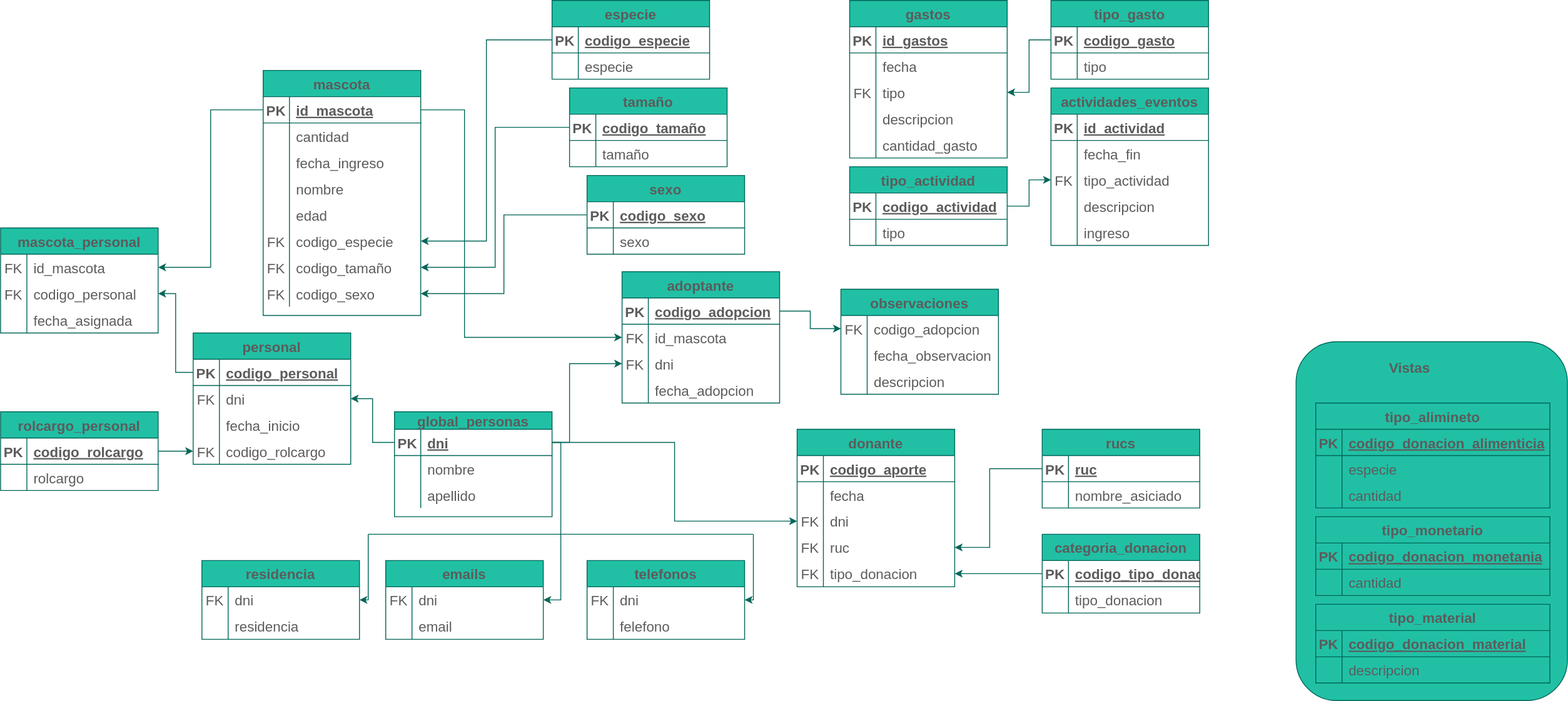
Earlier version of the draw.io export diagramas/tablas/Untitled Diagram.drawio.svg (Leo-Spj/SQL-CoderHouse). Source tidied: cells renumbered, new cells last; positions are measured from the earlier drawing's top-left corner, leaving out a move shared by most shapes.
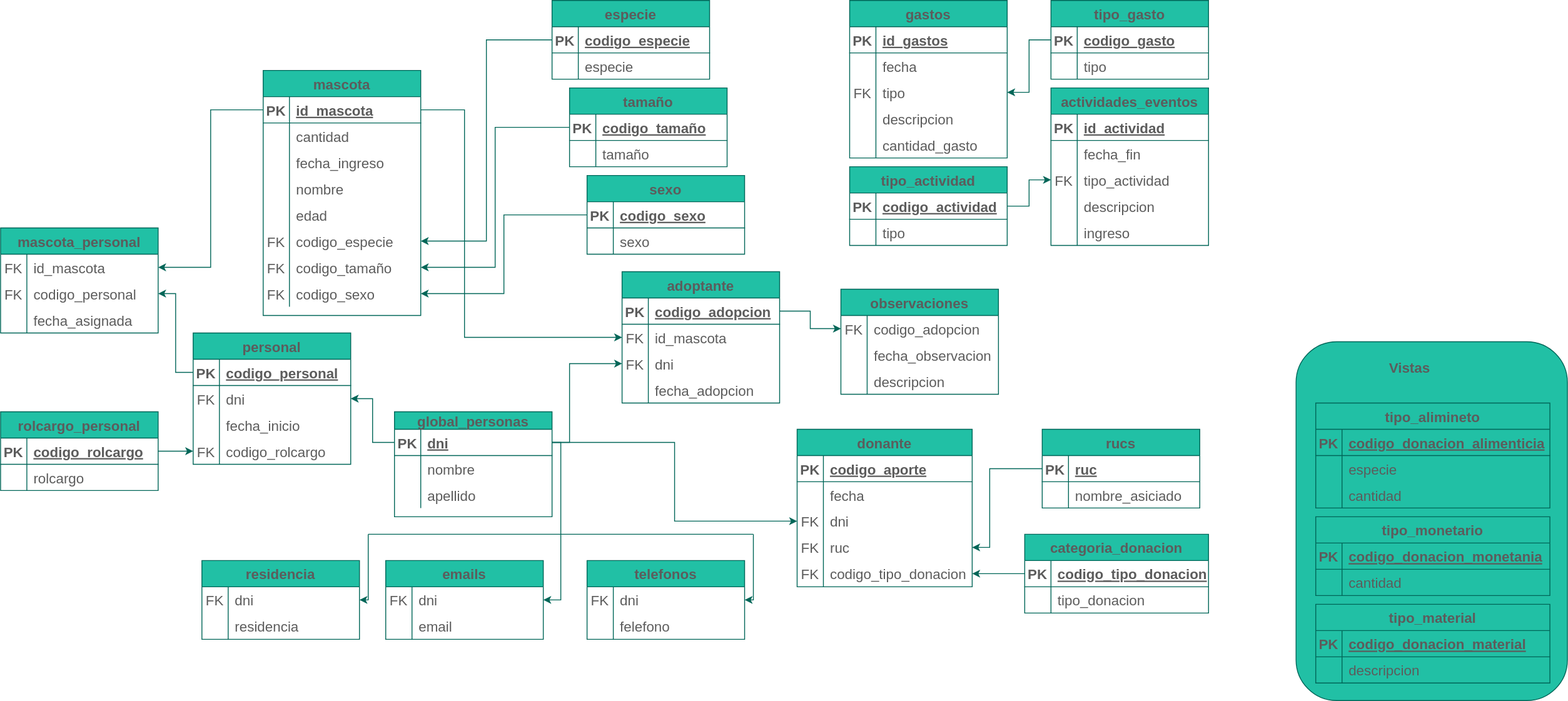
Above is the later version.

What changed in the source:
```diff
@@ -336,52 +336,52 @@
       <mxGeometry relative="1" as="geometry" />
     </mxCell>
     <mxCell id="113" value="donante" style="shape=table;startSize=30;rowLines=0;fontStyle=1;align=center;fontSize=16;fillColor=#21C0A5;strokeColor=#006658;fontColor=#5C5C5C;" parent="1" vertex="1">
-      <mxGeometry x="910" y="490" width="180" height="180" as="geometry" />
+      <mxGeometry x="910" y="490" width="200" height="180" as="geometry" />
     </mxCell>
     <mxCell id="114" style="shape=tableRow;horizontal=0;startSize=0;swimlaneHead=0;swimlaneBody=0;fillColor=none;top=0;left=0;right=0;bottom=1;fontSize=16;strokeColor=#006658;fontColor=#5C5C5C;" parent="113" vertex="1">
-      <mxGeometry y="30" width="180" height="30" as="geometry" />
+      <mxGeometry y="30" width="200" height="30" as="geometry" />
     </mxCell>
     <mxCell id="115" value="PK" style="shape=partialRectangle;fillColor=none;top=0;left=0;bottom=0;right=0;fontStyle=1;overflow=hidden;fontSize=16;strokeColor=#006658;fontColor=#5C5C5C;" parent="114" vertex="1">
       <mxGeometry width="30" height="30" as="geometry" />
     </mxCell>
     <mxCell id="116" value="codigo_aporte" style="shape=partialRectangle;fillColor=none;top=0;left=0;bottom=0;right=0;align=left;spacingLeft=6;fontStyle=5;overflow=hidden;fontSize=16;strokeColor=#006658;fontColor=#5C5C5C;" parent="114" vertex="1">
-      <mxGeometry x="30" width="150" height="30" as="geometry" />
+      <mxGeometry x="30" width="170" height="30" as="geometry" />
     </mxCell>
     <mxCell id="117" style="shape=tableRow;horizontal=0;startSize=0;swimlaneHead=0;swimlaneBody=0;fillColor=none;top=0;left=0;right=0;bottom=0;fontSize=16;strokeColor=#006658;fontColor=#5C5C5C;" parent="113" vertex="1">
-      <mxGeometry y="60" width="180" height="30" as="geometry" />
+      <mxGeometry y="60" width="200" height="30" as="geometry" />
     </mxCell>
     <mxCell id="118" style="shape=partialRectangle;fillColor=none;top=0;left=0;bottom=0;right=0;overflow=hidden;fontSize=16;strokeColor=#006658;fontColor=#5C5C5C;" parent="117" vertex="1">
       <mxGeometry width="30" height="30" as="geometry" />
     </mxCell>
     <mxCell id="119" value="fecha" style="shape=partialRectangle;fillColor=none;top=0;left=0;bottom=0;right=0;align=left;spacingLeft=6;overflow=hidden;fontSize=16;strokeColor=#006658;fontColor=#5C5C5C;" parent="117" vertex="1">
-      <mxGeometry x="30" width="150" height="30" as="geometry" />
+      <mxGeometry x="30" width="170" height="30" as="geometry" />
     </mxCell>
     <mxCell id="120" style="shape=tableRow;horizontal=0;startSize=0;swimlaneHead=0;swimlaneBody=0;fillColor=none;points=[[0,0.5],[1,0.5]];portConstraint=eastwest;top=0;left=0;right=0;bottom=0;fontSize=16;strokeColor=#006658;fontColor=#5C5C5C;" parent="113" vertex="1">
-      <mxGeometry y="90" width="180" height="30" as="geometry" />
+      <mxGeometry y="90" width="200" height="30" as="geometry" />
     </mxCell>
     <mxCell id="121" value="FK" style="shape=partialRectangle;fillColor=none;top=0;left=0;bottom=0;right=0;overflow=hidden;fontSize=16;strokeColor=#006658;fontColor=#5C5C5C;" parent="120" vertex="1">
       <mxGeometry width="30" height="30" as="geometry" />
     </mxCell>
     <mxCell id="122" value="dni" style="shape=partialRectangle;fillColor=none;top=0;left=0;bottom=0;right=0;align=left;spacingLeft=6;overflow=hidden;fontSize=16;strokeColor=#006658;fontColor=#5C5C5C;" parent="120" vertex="1">
-      <mxGeometry x="30" width="150" height="30" as="geometry" />
+      <mxGeometry x="30" width="170" height="30" as="geometry" />
     </mxCell>
     <mxCell id="123" style="shape=tableRow;horizontal=0;startSize=0;swimlaneHead=0;swimlaneBody=0;fillColor=none;points=[[0,0.5],[1,0.5]];portConstraint=eastwest;top=0;left=0;right=0;bottom=0;fontSize=16;strokeColor=#006658;fontColor=#5C5C5C;" parent="113" vertex="1">
-      <mxGeometry y="120" width="180" height="30" as="geometry" />
+      <mxGeometry y="120" width="200" height="30" as="geometry" />
     </mxCell>
     <mxCell id="124" value="FK" style="shape=partialRectangle;fillColor=none;top=0;left=0;bottom=0;right=0;overflow=hidden;fontSize=16;strokeColor=#006658;fontColor=#5C5C5C;" parent="123" vertex="1">
       <mxGeometry width="30" height="30" as="geometry" />
     </mxCell>
     <mxCell id="125" value="ruc" style="shape=partialRectangle;fillColor=none;top=0;left=0;bottom=0;right=0;align=left;spacingLeft=6;overflow=hidden;fontSize=16;strokeColor=#006658;fontColor=#5C5C5C;" parent="123" vertex="1">
-      <mxGeometry x="30" width="150" height="30" as="geometry" />
+      <mxGeometry x="30" width="170" height="30" as="geometry" />
     </mxCell>
     <mxCell id="126" style="shape=tableRow;horizontal=0;startSize=0;swimlaneHead=0;swimlaneBody=0;fillColor=none;points=[[0,0.5],[1,0.5]];portConstraint=eastwest;top=0;left=0;right=0;bottom=0;fontSize=16;strokeColor=#006658;fontColor=#5C5C5C;" parent="113" vertex="1">
-      <mxGeometry y="150" width="180" height="30" as="geometry" />
+      <mxGeometry y="150" width="200" height="30" as="geometry" />
     </mxCell>
     <mxCell id="127" value="FK" style="shape=partialRectangle;fillColor=none;top=0;left=0;bottom=0;right=0;overflow=hidden;fontSize=16;strokeColor=#006658;fontColor=#5C5C5C;" parent="126" vertex="1">
       <mxGeometry width="30" height="30" as="geometry" />
     </mxCell>
-    <mxCell id="128" value="tipo_donacion" style="shape=partialRectangle;fillColor=none;top=0;left=0;bottom=0;right=0;align=left;spacingLeft=6;overflow=hidden;fontSize=16;strokeColor=#006658;fontColor=#5C5C5C;" parent="126" vertex="1">
-      <mxGeometry x="30" width="150" height="30" as="geometry" />
+    <mxCell id="128" value="codigo_tipo_donacion" style="shape=partialRectangle;fillColor=none;top=0;left=0;bottom=0;right=0;align=left;spacingLeft=6;overflow=hidden;fontSize=16;strokeColor=#006658;fontColor=#5C5C5C;" parent="126" vertex="1">
+      <mxGeometry x="30" width="170" height="30" as="geometry" />
     </mxCell>
     <mxCell id="129" value="rucs" style="shape=table;startSize=30;rowLines=0;fontStyle=1;align=center;fontSize=16;fillColor=#21C0A5;strokeColor=#006658;fontColor=#5C5C5C;" parent="1" vertex="1">
       <mxGeometry x="1190" y="490" width="180" height="90" as="geometry" />
@@ -413,25 +413,25 @@
       </mxGeometry>
     </mxCell>
     <mxCell id="137" value="categoria_donacion" style="shape=table;startSize=30;rowLines=0;fontStyle=1;align=center;fontSize=16;fillColor=#21C0A5;strokeColor=#006658;fontColor=#5C5C5C;" parent="1" vertex="1">
-      <mxGeometry x="1190" y="610" width="180" height="90" as="geometry" />
+      <mxGeometry x="1170" y="610" width="210" height="90" as="geometry" />
     </mxCell>
     <mxCell id="138" style="shape=tableRow;horizontal=0;startSize=0;swimlaneHead=0;swimlaneBody=0;fillColor=none;points=[[0,0.5],[1,0.5]];portConstraint=eastwest;top=0;left=0;right=0;bottom=1;fontSize=16;strokeColor=#006658;fontColor=#5C5C5C;" parent="137" vertex="1">
-      <mxGeometry y="30" width="180" height="30" as="geometry" />
+      <mxGeometry y="30" width="210" height="30" as="geometry" />
     </mxCell>
     <mxCell id="139" value="PK" style="shape=partialRectangle;fillColor=none;top=0;left=0;bottom=0;right=0;fontStyle=1;overflow=hidden;fontSize=16;strokeColor=#006658;fontColor=#5C5C5C;" parent="138" vertex="1">
       <mxGeometry width="30" height="30" as="geometry" />
     </mxCell>
     <mxCell id="140" value="codigo_tipo_donacion" style="shape=partialRectangle;fillColor=none;top=0;left=0;bottom=0;right=0;align=left;spacingLeft=6;fontStyle=5;overflow=hidden;fontSize=16;strokeColor=#006658;fontColor=#5C5C5C;" parent="138" vertex="1">
-      <mxGeometry x="30" width="150" height="30" as="geometry" />
+      <mxGeometry x="30" width="180" height="30" as="geometry" />
     </mxCell>
     <mxCell id="141" style="shape=tableRow;horizontal=0;startSize=0;swimlaneHead=0;swimlaneBody=0;fillColor=none;top=0;left=0;right=0;bottom=0;fontSize=16;strokeColor=#006658;fontColor=#5C5C5C;" parent="137" vertex="1">
-      <mxGeometry y="60" width="180" height="30" as="geometry" />
+      <mxGeometry y="60" width="210" height="30" as="geometry" />
     </mxCell>
     <mxCell id="142" style="shape=partialRectangle;fillColor=none;top=0;left=0;bottom=0;right=0;overflow=hidden;fontSize=16;strokeColor=#006658;fontColor=#5C5C5C;" parent="141" vertex="1">
       <mxGeometry width="30" height="30" as="geometry" />
     </mxCell>
     <mxCell id="143" value="tipo_donacion" style="shape=partialRectangle;fillColor=none;top=0;left=0;bottom=0;right=0;align=left;spacingLeft=6;overflow=hidden;fontSize=16;strokeColor=#006658;fontColor=#5C5C5C;" parent="141" vertex="1">
-      <mxGeometry x="30" width="150" height="30" as="geometry" />
+      <mxGeometry x="30" width="180" height="30" as="geometry" />
     </mxCell>
     <mxCell id="144" style="edgeStyle=orthogonalEdgeStyle;rounded=0;jettySize=auto;html=1;elbow=vertical;fontSize=16;strokeColor=#006658;fontColor=#5C5C5C;" parent="1" edge="1" source="138" target="126">
       <mxGeometry relative="1" as="geometry" />
```
